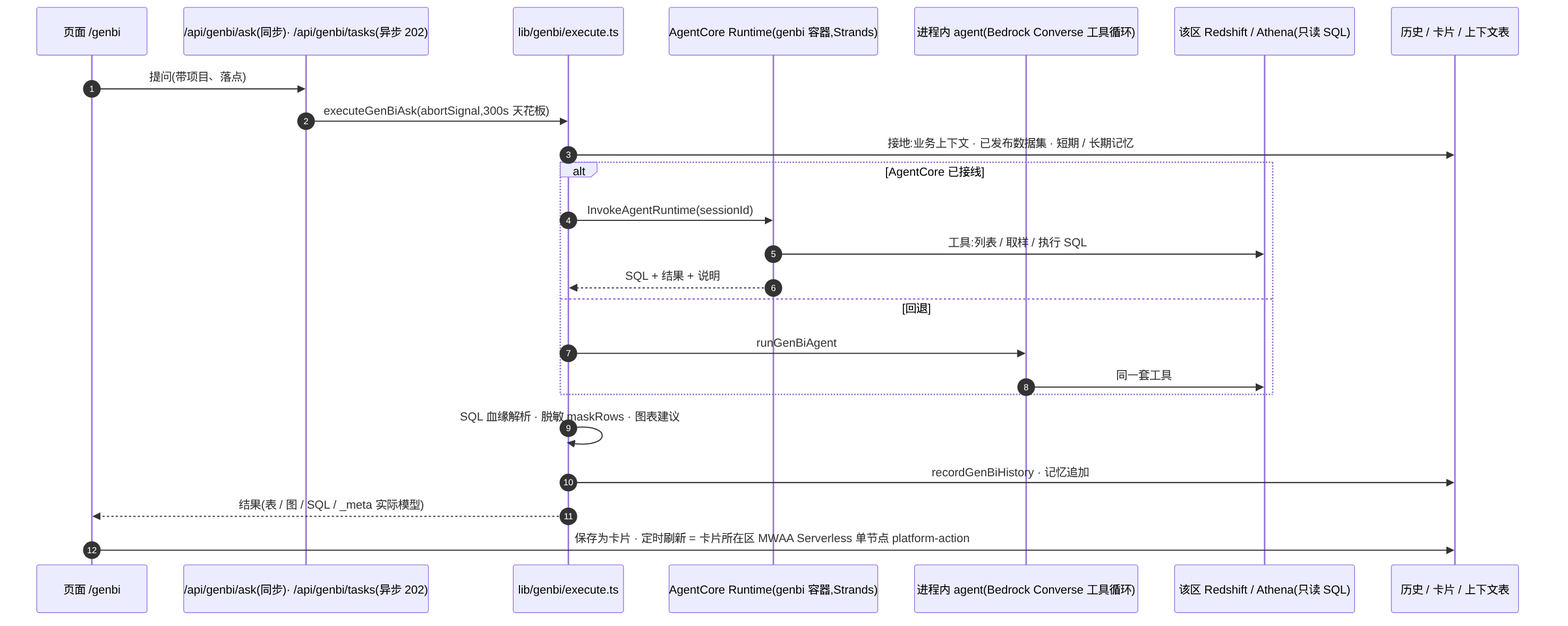
The Mermaid diagram docs/diagrams/mr-flow-genbi.png in aws-samples/sample-kingfisher, before a commit. Its source is kept beside it as docs/diagrams/src/mr-flow-genbi.mmd. Source of this version:
```mermaid
sequenceDiagram
  autonumber
  participant U as 页面 /genbi
  participant API as /api/genbi/ask(同步)· /api/genbi/tasks(异步 202)
  participant EX as lib/genbi/execute.ts
  participant AC as AgentCore Runtime(genbi 容器,Strands)
  participant IP as 进程内 agent(Bedrock Converse 工具循环)
  participant DP as 该区 Redshift / Athena(只读 SQL)
  participant DDB as 历史 / 卡片 / 上下文表
  U->>API: 提问(带项目、落点)
  API->>EX: executeGenBiAsk(abortSignal,300s 天花板)
  EX->>DDB: 接地:业务上下文 · 已发布数据集 · 短期 / 长期记忆
  alt AgentCore 已接线
    EX->>AC: InvokeAgentRuntime(sessionId)
    AC->>DP: 工具:列表 / 取样 / 执行 SQL
    AC-->>EX: SQL + 结果 + 说明
  else 回退
    EX->>IP: runGenBiAgent
    IP->>DP: 同一套工具
  end
  EX->>EX: SQL 血缘解析 · 脱敏 maskRows · 图表建议
  EX->>DDB: recordGenBiHistory · 记忆追加
  EX-->>U: 结果(表 / 图 / SQL / _meta 实际模型)
  U->>DDB: 保存为卡片 · 定时刷新 = 卡片所在区 MWAA Serverless 单节点 platform-action
```
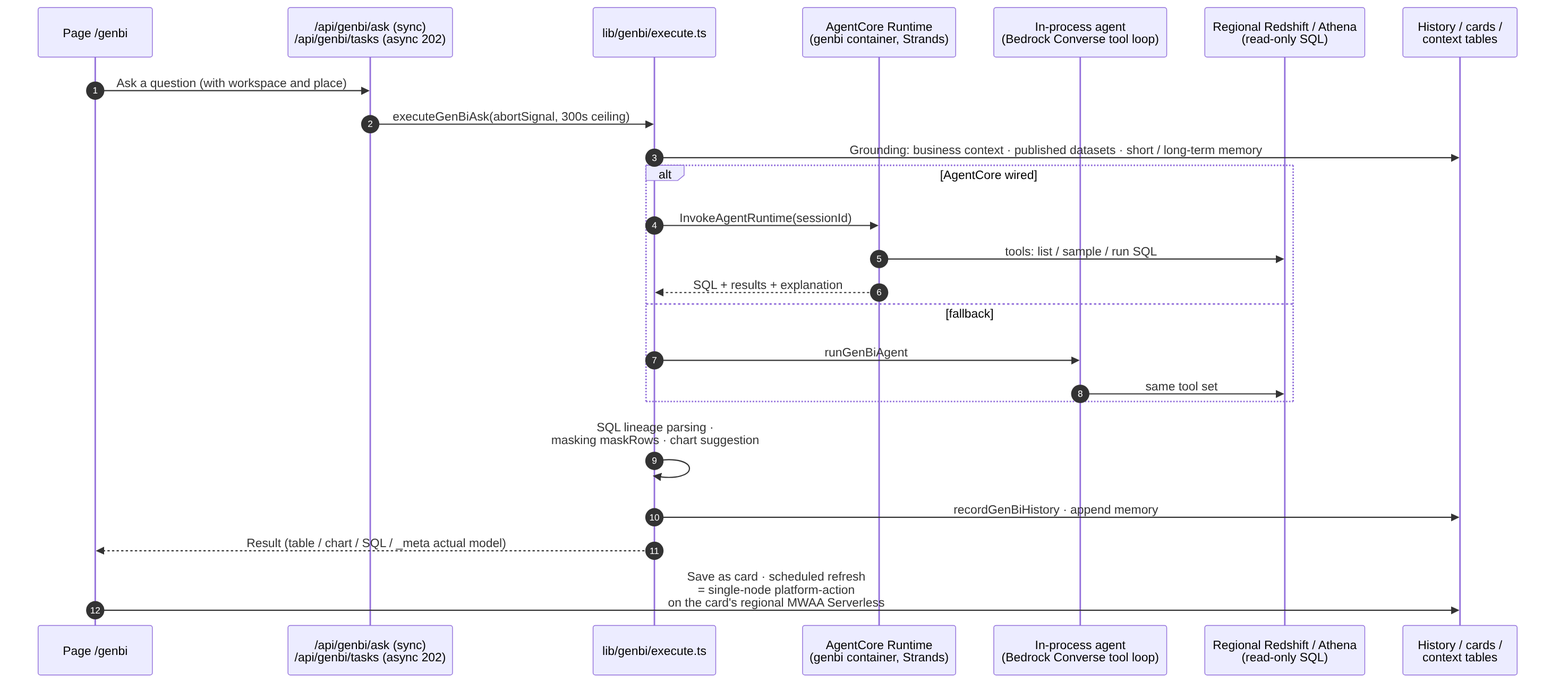
After the commit.

Change to the diagram source:
```diff
@@ -1,24 +1,25 @@
+%%{init: {"sequence": {"wrapPadding": 18}}}%%
 sequenceDiagram
   autonumber
-  participant U as 页面 /genbi
-  participant API as /api/genbi/ask(同步)· /api/genbi/tasks(异步 202)
+  participant U as Page /genbi
+  participant API as /api/genbi/ask (sync)<br/>/api/genbi/tasks (async 202)
   participant EX as lib/genbi/execute.ts
-  participant AC as AgentCore Runtime(genbi 容器,Strands)
-  participant IP as 进程内 agent(Bedrock Converse 工具循环)
-  participant DP as 该区 Redshift / Athena(只读 SQL)
-  participant DDB as 历史 / 卡片 / 上下文表
-  U->>API: 提问(带项目、落点)
-  API->>EX: executeGenBiAsk(abortSignal,300s 天花板)
-  EX->>DDB: 接地:业务上下文 · 已发布数据集 · 短期 / 长期记忆
-  alt AgentCore 已接线
+  participant AC as AgentCore Runtime<br/>(genbi container, Strands)
+  participant IP as In-process agent<br/>(Bedrock Converse tool loop)
+  participant DP as Regional Redshift / Athena<br/>(read-only SQL)
+  participant DDB as History / cards /<br/>context tables
+  U->>API: Ask a question (with workspace and place)
+  API->>EX: executeGenBiAsk(abortSignal, 300s ceiling)
+  EX->>DDB: Grounding: business context · published datasets · short / long-term memory
+  alt AgentCore wired
     EX->>AC: InvokeAgentRuntime(sessionId)
-    AC->>DP: 工具:列表 / 取样 / 执行 SQL
-    AC-->>EX: SQL + 结果 + 说明
-  else 回退
+    AC->>DP: tools: list / sample / run SQL
+    AC-->>EX: SQL + results + explanation
+  else fallback
     EX->>IP: runGenBiAgent
-    IP->>DP: 同一套工具
+    IP->>DP: same tool set
   end
-  EX->>EX: SQL 血缘解析 · 脱敏 maskRows · 图表建议
-  EX->>DDB: recordGenBiHistory · 记忆追加
-  EX-->>U: 结果(表 / 图 / SQL / _meta 实际模型)
-  U->>DDB: 保存为卡片 · 定时刷新 = 卡片所在区 MWAA Serverless 单节点 platform-action
+  EX->>EX: SQL lineage parsing ·<br/>masking maskRows · chart suggestion<br/>
+  EX->>DDB: recordGenBiHistory · append memory
+  EX-->>U: Result (table / chart / SQL / _meta actual model)
+  U->>DDB: Save as card · scheduled refresh<br/>= single-node platform-action<br/>on the card's regional MWAA Serverless
```
